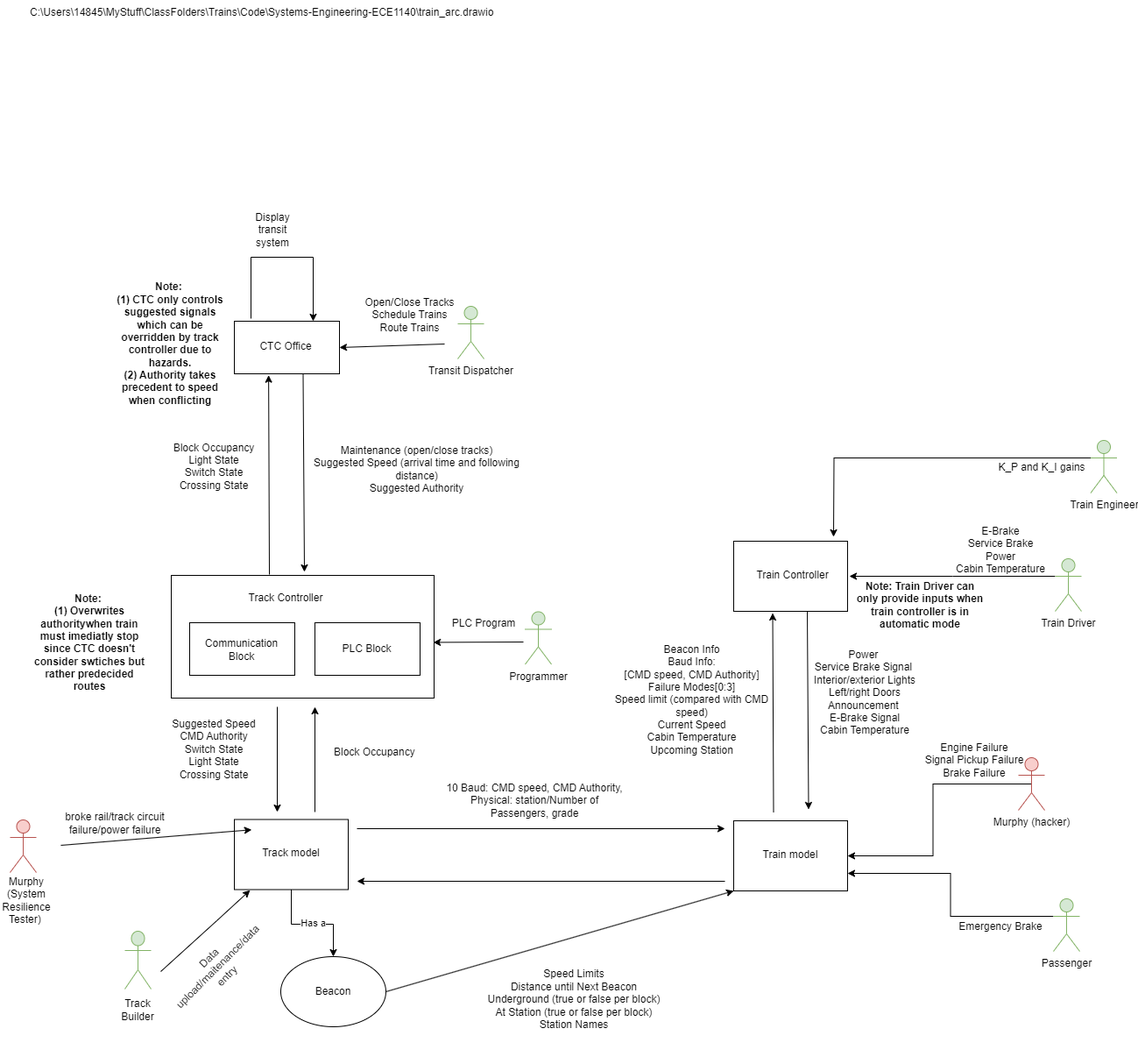
The draw.io diagram Architecture_Group3.png in lao57/Systems-Engineering-ECE1140, before a commit. Source tidied: cells renumbered, new cells last; positions are measured from the earlier drawing's top-left corner, leaving out a move shared by most shapes.
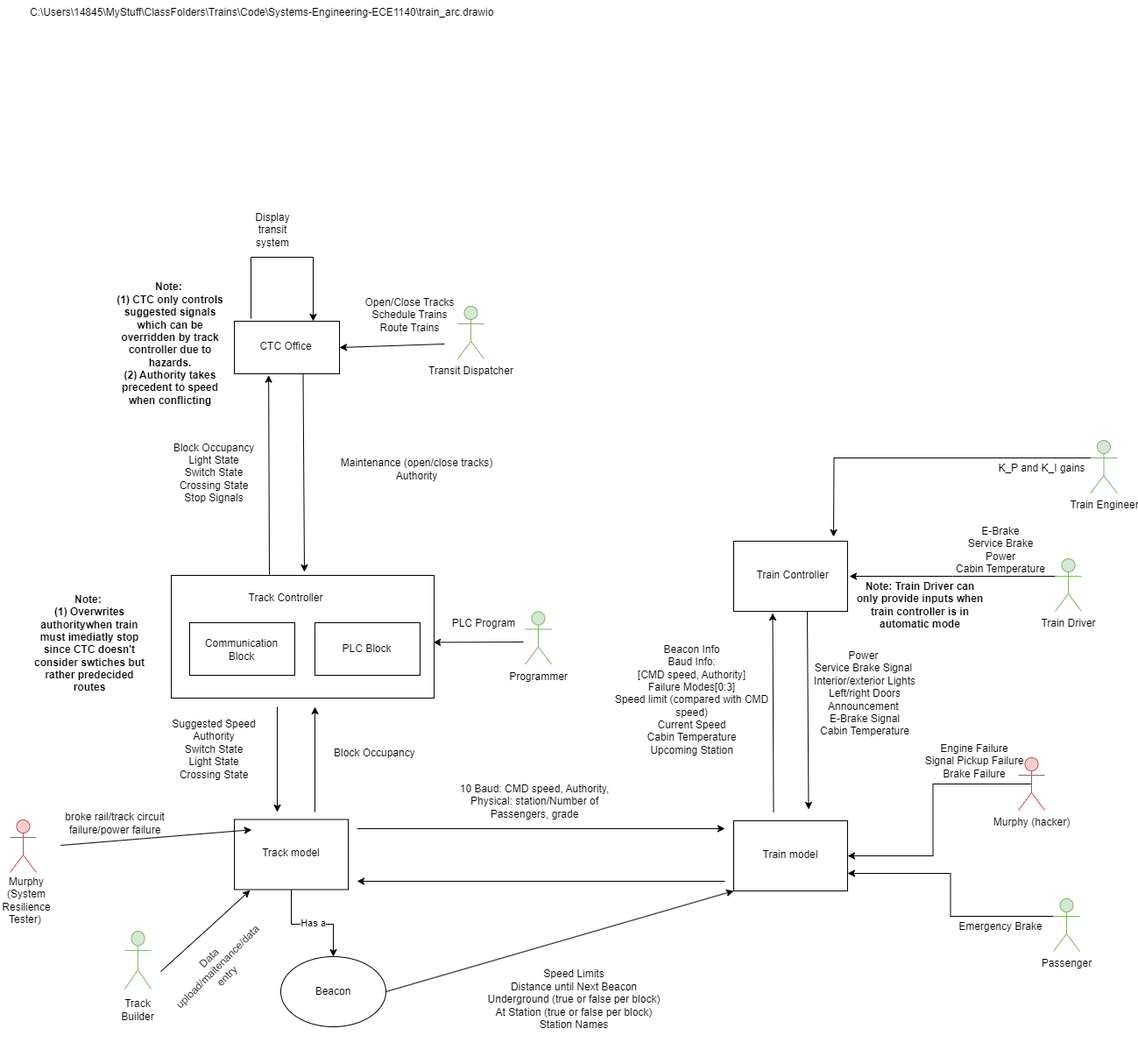
The same diagram one commit later.

Diff of the diagram source:
```diff
@@ -95,7 +95,7 @@
         <mxPoint x="316" y="926" as="targetPoint" />
       </mxGeometry>
     </mxCell>
-    <mxCell id="25" value="&lt;div&gt;&lt;span style=&quot;background-color: transparent; color: light-dark(rgb(0, 0, 0), rgb(255, 255, 255));&quot;&gt;10 Baud: CMD speed, CMD Authority,&lt;/span&gt;&lt;/div&gt;&lt;div&gt;&lt;span style=&quot;background-color: transparent; color: light-dark(rgb(0, 0, 0), rgb(255, 255, 255));&quot;&gt;Physical: station/Number of Passengers, grade&lt;/span&gt;&lt;/div&gt;" style="text;html=1;align=center;verticalAlign=middle;whiteSpace=wrap;rounded=0;" parent="1" vertex="1">
+    <mxCell id="25" value="&lt;div&gt;&lt;span style=&quot;background-color: transparent; color: light-dark(rgb(0, 0, 0), rgb(255, 255, 255));&quot;&gt;10 Baud: CMD speed, Authority,&lt;/span&gt;&lt;/div&gt;&lt;div&gt;&lt;span style=&quot;background-color: transparent; color: light-dark(rgb(0, 0, 0), rgb(255, 255, 255));&quot;&gt;Physical: station/Number of Passengers, grade&lt;/span&gt;&lt;/div&gt;" style="text;html=1;align=center;verticalAlign=middle;whiteSpace=wrap;rounded=0;" parent="1" vertex="1">
       <mxGeometry x="501" y="855" width="218" height="117" as="geometry" />
     </mxCell>
     <mxCell id="26" value="&lt;div&gt;&lt;span style=&quot;background-color: transparent; color: light-dark(rgb(0, 0, 0), rgb(255, 255, 255));&quot;&gt;Speed Limits&lt;/span&gt;&lt;/div&gt;&lt;div&gt;Distance until Next Beacon&lt;/div&gt;&lt;div&gt;Underground (true or false per block)&lt;/div&gt;&lt;div&gt;At Station (true or false per block)&lt;/div&gt;&lt;div&gt;Station Names&lt;/div&gt;&lt;div&gt;&lt;br&gt;&lt;/div&gt;" style="text;html=1;align=center;verticalAlign=middle;whiteSpace=wrap;rounded=0;" parent="1" vertex="1">
@@ -119,22 +119,22 @@
     <mxCell id="30" value="Train Controller" style="text;html=1;align=center;verticalAlign=middle;whiteSpace=wrap;rounded=0;" parent="1" vertex="1">
       <mxGeometry x="862" y="638" width="85" height="35" as="geometry" />
     </mxCell>
-    <mxCell id="31" value="&lt;div&gt;Beacon Info&lt;/div&gt;&lt;div&gt;Baud Info:&lt;/div&gt;&lt;div&gt;[&lt;span style=&quot;background-color: transparent; color: light-dark(rgb(0, 0, 0), rgb(255, 255, 255));&quot;&gt;CMD speed, CMD Authority]&lt;/span&gt;&lt;/div&gt;&lt;div&gt;Failure Modes[0:3]&lt;/div&gt;&lt;div&gt;Speed limit (compared with CMD speed)&lt;/div&gt;&lt;div&gt;&lt;span style=&quot;background-color: transparent; color: light-dark(rgb(0, 0, 0), rgb(255, 255, 255));&quot;&gt;Current Speed&lt;/span&gt;&lt;/div&gt;&lt;div&gt;Cabin Temperature&lt;span style=&quot;background-color: transparent; color: light-dark(rgb(0, 0, 0), rgb(255, 255, 255));&quot;&gt;&lt;/span&gt;&lt;/div&gt;Upcoming Station" style="text;html=1;align=center;verticalAlign=middle;whiteSpace=wrap;rounded=0;" parent="1" vertex="1">
+    <mxCell id="31" value="&lt;div&gt;Beacon Info&lt;/div&gt;&lt;div&gt;Baud Info:&lt;/div&gt;&lt;div&gt;[&lt;span style=&quot;background-color: transparent; color: light-dark(rgb(0, 0, 0), rgb(255, 255, 255));&quot;&gt;CMD speed, Authority]&lt;/span&gt;&lt;/div&gt;&lt;div&gt;Failure Modes[0:3]&lt;/div&gt;&lt;div&gt;Speed limit (compared with CMD speed)&lt;/div&gt;&lt;div&gt;&lt;span style=&quot;background-color: transparent; color: light-dark(rgb(0, 0, 0), rgb(255, 255, 255));&quot;&gt;Current Speed&lt;/span&gt;&lt;/div&gt;&lt;div&gt;Cabin Temperature&lt;span style=&quot;background-color: transparent; color: light-dark(rgb(0, 0, 0), rgb(255, 255, 255));&quot;&gt;&lt;/span&gt;&lt;/div&gt;Upcoming Station" style="text;html=1;align=center;verticalAlign=middle;whiteSpace=wrap;rounded=0;" parent="1" vertex="1">
       <mxGeometry x="694" y="730" width="191" height="136" as="geometry" />
     </mxCell>
     <mxCell id="32" value="Power&amp;nbsp;&lt;div&gt;Service Brake Signal&amp;nbsp;&lt;/div&gt;&lt;div&gt;Interior/exterior Lights&lt;/div&gt;&lt;div&gt;Left/right Doors&lt;/div&gt;&lt;div&gt;Announcement&amp;nbsp;&lt;/div&gt;&lt;div&gt;E-Brake Signal&lt;/div&gt;&lt;div&gt;Cabin Temperature&lt;/div&gt;&lt;div&gt;&lt;br&gt;&lt;/div&gt;" style="text;html=1;align=center;verticalAlign=middle;whiteSpace=wrap;rounded=0;" parent="1" vertex="1">
       <mxGeometry x="912" y="739" width="150" height="117" as="geometry" />
     </mxCell>
-    <mxCell id="33" value="Maintenance (open/close tracks)&lt;div&gt;Suggested Speed (arrival time and following distance)&lt;/div&gt;&lt;div&gt;&lt;span style=&quot;background-color: transparent; color: light-dark(rgb(0, 0, 0), rgb(255, 255, 255));&quot;&gt;Suggested Authority&lt;/span&gt;&lt;/div&gt;&lt;div&gt;&lt;br&gt;&lt;/div&gt;&lt;div&gt;&lt;br&gt;&lt;/div&gt;&lt;div&gt;&lt;br&gt;&lt;/div&gt;&lt;div&gt;&lt;br&gt;&lt;/div&gt;" style="text;html=1;align=center;verticalAlign=middle;whiteSpace=wrap;rounded=0;" parent="1" vertex="1">
+    <mxCell id="33" value="Maintenance (open/close tracks)&lt;div&gt;&lt;span style=&quot;background-color: transparent;&quot;&gt;Authority&lt;/span&gt;&lt;/div&gt;&lt;div&gt;&lt;br&gt;&lt;/div&gt;&lt;div&gt;&lt;br&gt;&lt;/div&gt;&lt;div&gt;&lt;br&gt;&lt;/div&gt;&lt;div&gt;&lt;br&gt;&lt;/div&gt;" style="text;html=1;align=center;verticalAlign=middle;whiteSpace=wrap;rounded=0;" parent="1" vertex="1">
       <mxGeometry x="339" y="451" width="273" height="226" as="geometry" />
     </mxCell>
-    <mxCell id="34" value="Block Occupancy&lt;div&gt;Light State&lt;/div&gt;&lt;div&gt;Switch State&lt;/div&gt;&lt;div&gt;Crossing State&lt;/div&gt;&lt;div&gt;&lt;br&gt;&lt;/div&gt;" style="text;html=1;align=center;verticalAlign=middle;whiteSpace=wrap;rounded=0;" parent="1" vertex="1">
+    <mxCell id="34" value="Block Occupancy&lt;div&gt;Light State&lt;/div&gt;&lt;div&gt;Switch State&lt;/div&gt;&lt;div&gt;Crossing State&lt;/div&gt;&lt;div&gt;Stop Signals&lt;/div&gt;" style="text;html=1;align=center;verticalAlign=middle;whiteSpace=wrap;rounded=0;" parent="1" vertex="1">
       <mxGeometry x="177" y="434" width="134" height="209" as="geometry" />
     </mxCell>
     <mxCell id="35" value="&lt;div&gt;&lt;br&gt;&lt;/div&gt;&lt;div&gt;Block Occupancy&amp;nbsp;&lt;/div&gt;&lt;div&gt;&lt;br&gt;&lt;/div&gt;" style="text;html=1;align=center;verticalAlign=middle;whiteSpace=wrap;rounded=0;" parent="1" vertex="1">
       <mxGeometry x="363" y="790" width="132" height="137" as="geometry" />
     </mxCell>
-    <mxCell id="36" value="Suggested Speed&#10;CMD Authority&#10;Switch State&#10;Light State&#10;Crossing State&#10;" style="text;whiteSpace=wrap;align=center;" parent="1" vertex="1">
+    <mxCell id="36" value="Suggested Speed&#10;Authority&#10;Switch State&#10;Light State&#10;Crossing State&#10;" style="text;whiteSpace=wrap;align=center;" parent="1" vertex="1">
       <mxGeometry x="137" y="812" width="214" height="132" as="geometry" />
     </mxCell>
     <mxCell id="37" style="endArrow=classic;html=1;rounded=0;exitX=1;exitY=0.5;exitDx=0;exitDy=0;entryX=0;entryY=1;entryDx=0;entryDy=0;" parent="1" edge="1" source="38" target="17">
```
